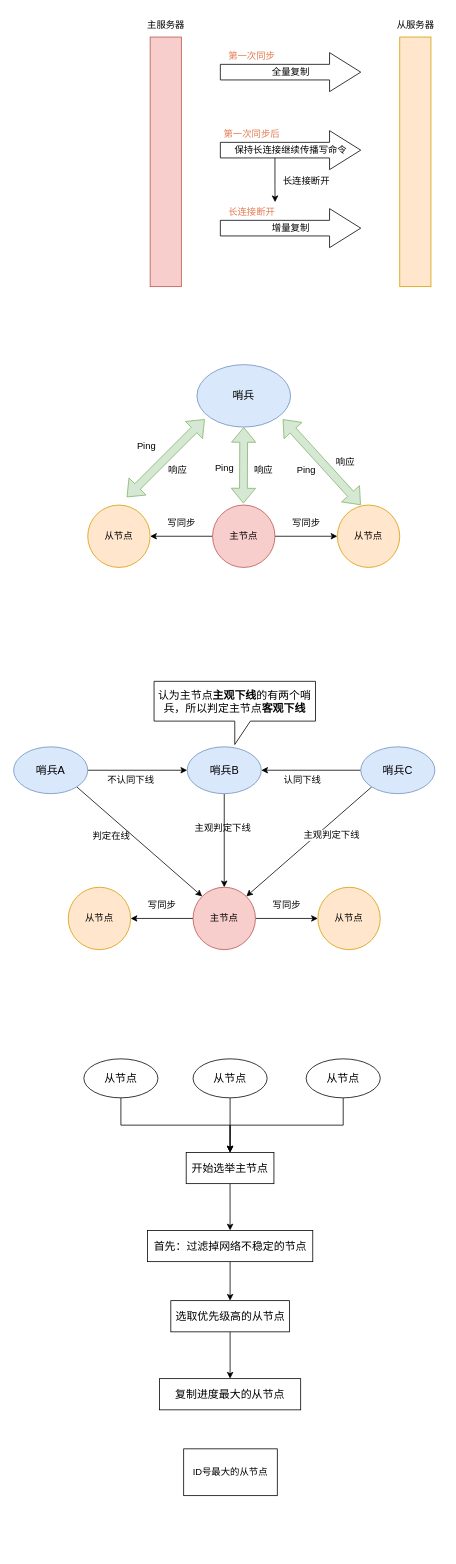
The draw.io diagram redis/Redis.drawio in Floweryu/my-diagrams, before the edit. Source tidied: cells renumbered, new cells numbered last; positions are measured from the earlier drawing's top-left corner, leaving out a move shared by most shapes. Both pictures are drawn from the tidied source at 78%, with x=0, y=0 at pixel (13, 13).
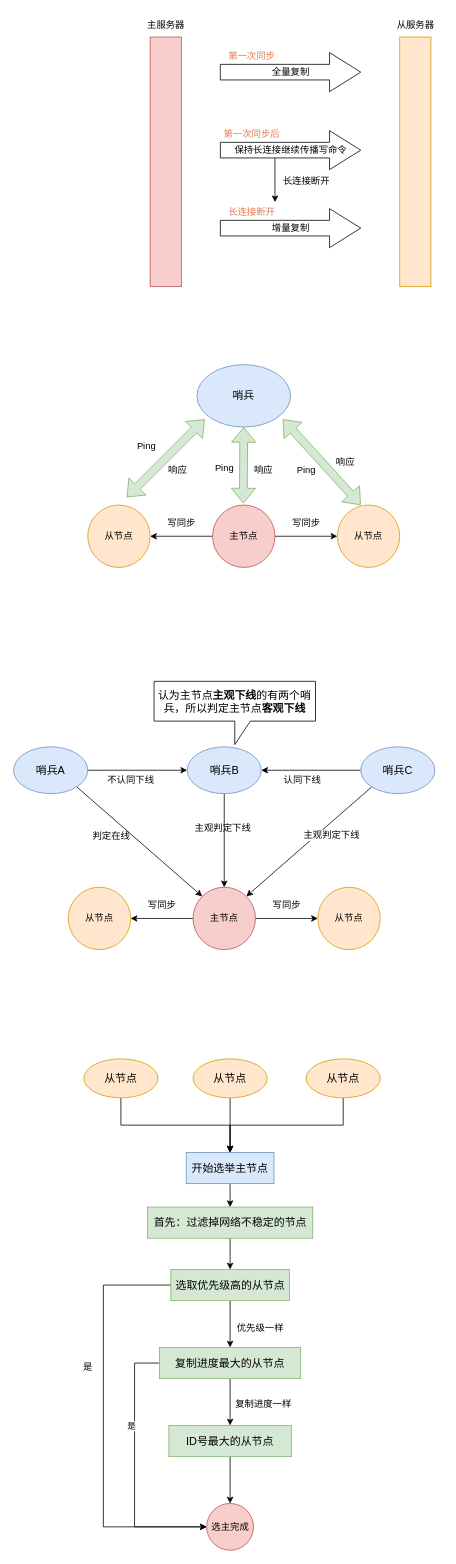
The same page after the edit.

What changed in the source:
```diff
@@
-    <mxCell id="53" value="&lt;font style=&quot;font-size: 14px;&quot;&gt;从节点&lt;/font&gt;" style="ellipse;whiteSpace=wrap;html=1;" parent="1" vertex="1">
+    <mxCell id="53" value="&lt;font style=&quot;font-size: 14px;&quot;&gt;从节点&lt;/font&gt;" style="ellipse;whiteSpace=wrap;html=1;fillColor=#ffe6cc;strokeColor=#d79b00;" parent="1" vertex="1">
       <mxGeometry x="90" y="1340" width="95" height="50" as="geometry" />
     </mxCell>
@@
-    <mxCell id="55" value="&lt;font style=&quot;font-size: 14px;&quot;&gt;从节点&lt;/font&gt;" style="ellipse;whiteSpace=wrap;html=1;" parent="1" vertex="1">
+    <mxCell id="55" value="&lt;font style=&quot;font-size: 14px;&quot;&gt;从节点&lt;/font&gt;" style="ellipse;whiteSpace=wrap;html=1;fillColor=#ffe6cc;strokeColor=#d79b00;" parent="1" vertex="1">
       <mxGeometry x="230" y="1340" width="95" height="50" as="geometry" />
     </mxCell>
@@
-    <mxCell id="57" value="&lt;font style=&quot;font-size: 14px;&quot;&gt;从节点&lt;/font&gt;" style="ellipse;whiteSpace=wrap;html=1;" parent="1" vertex="1">
+    <mxCell id="57" value="&lt;font style=&quot;font-size: 14px;&quot;&gt;从节点&lt;/font&gt;" style="ellipse;whiteSpace=wrap;html=1;fillColor=#ffe6cc;strokeColor=#d79b00;" parent="1" vertex="1">
       <mxGeometry x="375" y="1340" width="95" height="50" as="geometry" />
     </mxCell>
@@
-    <mxCell id="59" value="&lt;font style=&quot;font-size: 14px;&quot;&gt;开始选举主节点&lt;/font&gt;" style="rounded=0;whiteSpace=wrap;html=1;" parent="1" vertex="1">
+    <mxCell id="59" value="&lt;font style=&quot;font-size: 14px;&quot;&gt;开始选举主节点&lt;/font&gt;" style="rounded=0;whiteSpace=wrap;html=1;fillColor=#dae8fc;strokeColor=#6c8ebf;" parent="1" vertex="1">
       <mxGeometry x="221.2" y="1460" width="112.5" height="40" as="geometry" />
     </mxCell>
@@
-    <mxCell id="61" value="&lt;font style=&quot;font-size: 14px;&quot;&gt;首先：过滤掉网络不稳定的节点&lt;/font&gt;" style="rounded=0;whiteSpace=wrap;html=1;" parent="1" vertex="1">
-      <mxGeometry x="171.5" y="1560" width="212" height="40" as="geometry" />
+    <mxCell id="61" value="&lt;font style=&quot;font-size: 14px;&quot;&gt;首先：过滤掉网络不稳定的节点&lt;/font&gt;" style="rounded=0;whiteSpace=wrap;html=1;fillColor=#d5e8d4;strokeColor=#82b366;" parent="1" vertex="1">
+      <mxGeometry x="171.5" y="1530" width="212" height="40" as="geometry" />
     </mxCell>
@@
+    <mxCell id="66" style="edgeStyle=orthogonalEdgeStyle;rounded=0;jettySize=auto;html=1;exitX=0;exitY=0.5;exitDx=0;exitDy=0;entryX=0;entryY=0.5;entryDx=0;entryDy=0;" parent="1" edge="1" source="63" target="71">
+      <mxGeometry relative="1" as="geometry">
+        <Array as="points">
+          <mxPoint x="115" y="1630" />
+          <mxPoint x="115" y="1940" />
+        </Array>
+      </mxGeometry>
+    </mxCell>
-    <mxCell id="63" value="&lt;font style=&quot;font-size: 14px;&quot;&gt;选取优先级高的从节点&lt;/font&gt;" style="rounded=0;whiteSpace=wrap;html=1;" parent="1" vertex="1">
-      <mxGeometry x="201.5" y="1650" width="152" height="40" as="geometry" />
+    <mxCell id="63" value="&lt;font style=&quot;font-size: 14px;&quot;&gt;选取优先级高的从节点&lt;/font&gt;" style="rounded=0;whiteSpace=wrap;html=1;fillColor=#d5e8d4;strokeColor=#82b366;" parent="1" vertex="1">
+      <mxGeometry x="201.5" y="1610" width="152" height="40" as="geometry" />
     </mxCell>
+    <mxCell id="67" style="edgeStyle=orthogonalEdgeStyle;rounded=0;jettySize=auto;html=1;exitX=0.5;exitY=1;exitDx=0;exitDy=0;" parent="1" edge="1" source="64" target="65">
+      <mxGeometry relative="1" as="geometry" />
+    </mxCell>
+    <mxCell id="68" style="edgeStyle=orthogonalEdgeStyle;rounded=0;jettySize=auto;html=1;exitX=0;exitY=0.5;exitDx=0;exitDy=0;entryX=0;entryY=0.5;entryDx=0;entryDy=0;" parent="1" edge="1" source="64" target="71">
+      <mxGeometry relative="1" as="geometry">
+        <Array as="points">
+          <mxPoint x="155" y="1730" />
+          <mxPoint x="155" y="1940" />
+        </Array>
+      </mxGeometry>
+    </mxCell>
+    <mxCell id="69" value="是" style="edgeLabel;html=1;align=center;verticalAlign=middle;" parent="68" vertex="1">
+      <mxGeometry x="-0.22" y="1" relative="1" as="geometry">
+        <mxPoint x="-6" y="-18" as="offset" />
+      </mxGeometry>
+    </mxCell>
-    <mxCell id="64" value="&lt;font style=&quot;font-size: 14px;&quot;&gt;复制进度最大的从节点&lt;/font&gt;" style="rounded=0;whiteSpace=wrap;html=1;" parent="1" vertex="1">
-      <mxGeometry x="187" y="1750" width="181" height="40" as="geometry" />
+    <mxCell id="64" value="&lt;font style=&quot;font-size: 14px;&quot;&gt;复制进度最大的从节点&lt;/font&gt;" style="rounded=0;whiteSpace=wrap;html=1;fillColor=#d5e8d4;strokeColor=#82b366;" parent="1" vertex="1">
+      <mxGeometry x="187" y="1710" width="181" height="40" as="geometry" />
     </mxCell>
+    <mxCell id="70" style="edgeStyle=orthogonalEdgeStyle;rounded=0;jettySize=auto;html=1;exitX=0.5;exitY=1;exitDx=0;exitDy=0;entryX=0.5;entryY=0;entryDx=0;entryDy=0;" parent="1" edge="1" source="65" target="71">
+      <mxGeometry relative="1" as="geometry" />
+    </mxCell>
-    <mxCell id="65" value="ID号最大的从节点" style="rounded=0;whiteSpace=wrap;html=1;" parent="1" vertex="1">
-      <mxGeometry x="218" y="1840" width="120" height="60" as="geometry" />
+    <mxCell id="65" value="&lt;font style=&quot;font-size: 14px;&quot;&gt;ID号最大的从节点&lt;/font&gt;" style="rounded=0;whiteSpace=wrap;html=1;fillColor=#d5e8d4;strokeColor=#82b366;" parent="1" vertex="1">
+      <mxGeometry x="199" y="1810" width="157" height="40" as="geometry" />
     </mxCell>
+    <mxCell id="71" value="选主完成" style="ellipse;whiteSpace=wrap;html=1;fillColor=#f8cecc;strokeColor=#b85450;" parent="1" vertex="1">
+      <mxGeometry x="247.5" y="1910" width="60" height="60" as="geometry" />
+    </mxCell>
+    <mxCell id="72" value="优先级一样" style="text;html=1;align=center;verticalAlign=middle;strokeColor=none;fillColor=none;" parent="1" vertex="1">
+      <mxGeometry x="276" y="1670" width="80" height="30" as="geometry" />
+    </mxCell>
+    <mxCell id="73" value="复制进度一样" style="text;html=1;align=center;verticalAlign=middle;strokeColor=none;fillColor=none;" parent="1" vertex="1">
+      <mxGeometry x="270" y="1768" width="100" height="30" as="geometry" />
+    </mxCell>
+    <mxCell id="74" value="是" style="text;html=1;align=center;verticalAlign=middle;strokeColor=none;fillColor=none;" parent="1" vertex="1">
+      <mxGeometry x="75" y="1720" width="40" height="30" as="geometry" />
+    </mxCell>
```
